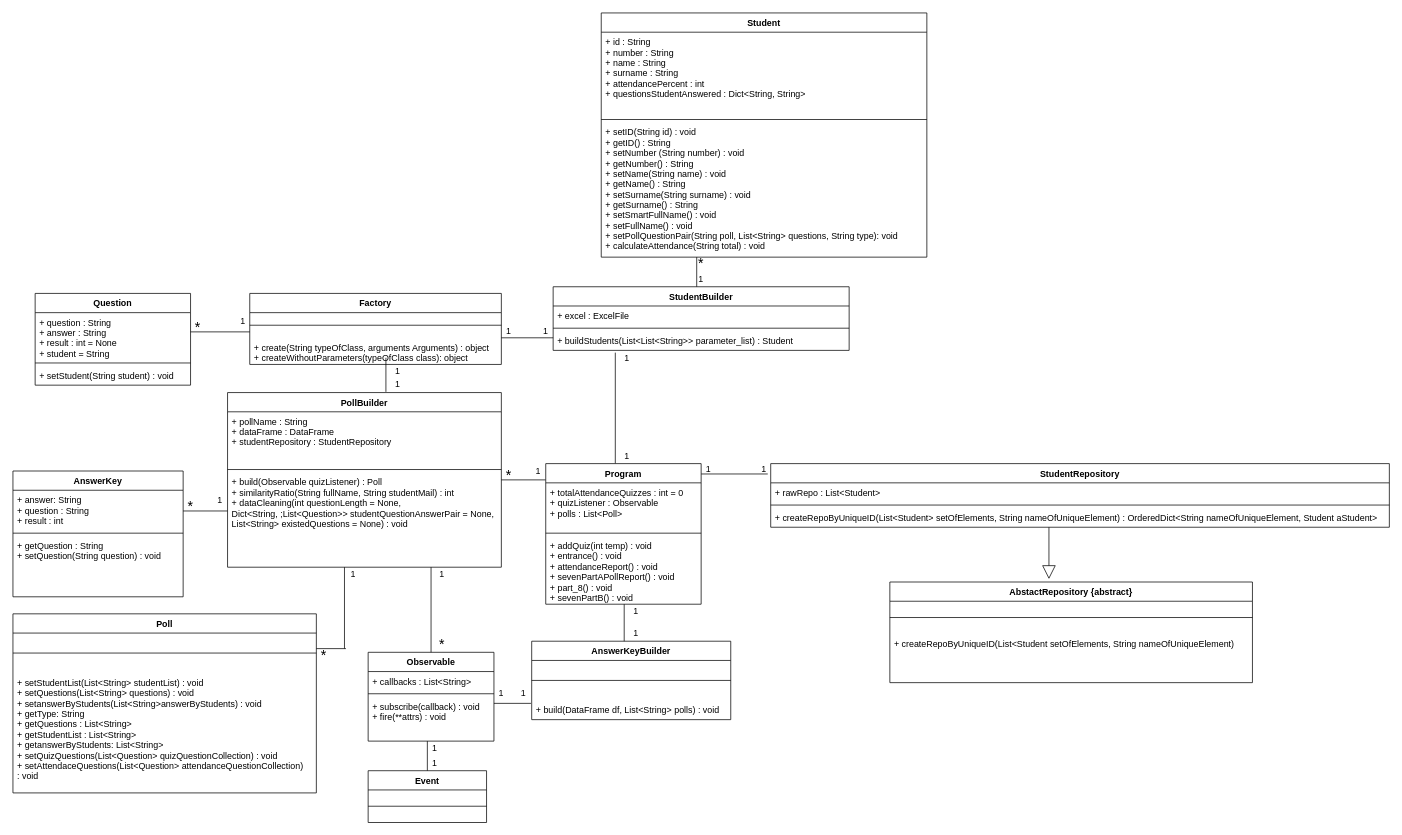
The draw.io diagram PythonProject/iteration1/DCD.drawio in alperdokay/CSE3063F20P1_GRP20, before the edit. Source tidied: cells renumbered, new cells numbered last; positions are measured from the earlier drawing's top-left corner, leaving out a move shared by most shapes. Both pictures are drawn from the tidied source at 74%, with x=0, y=0 at pixel (13, 13).
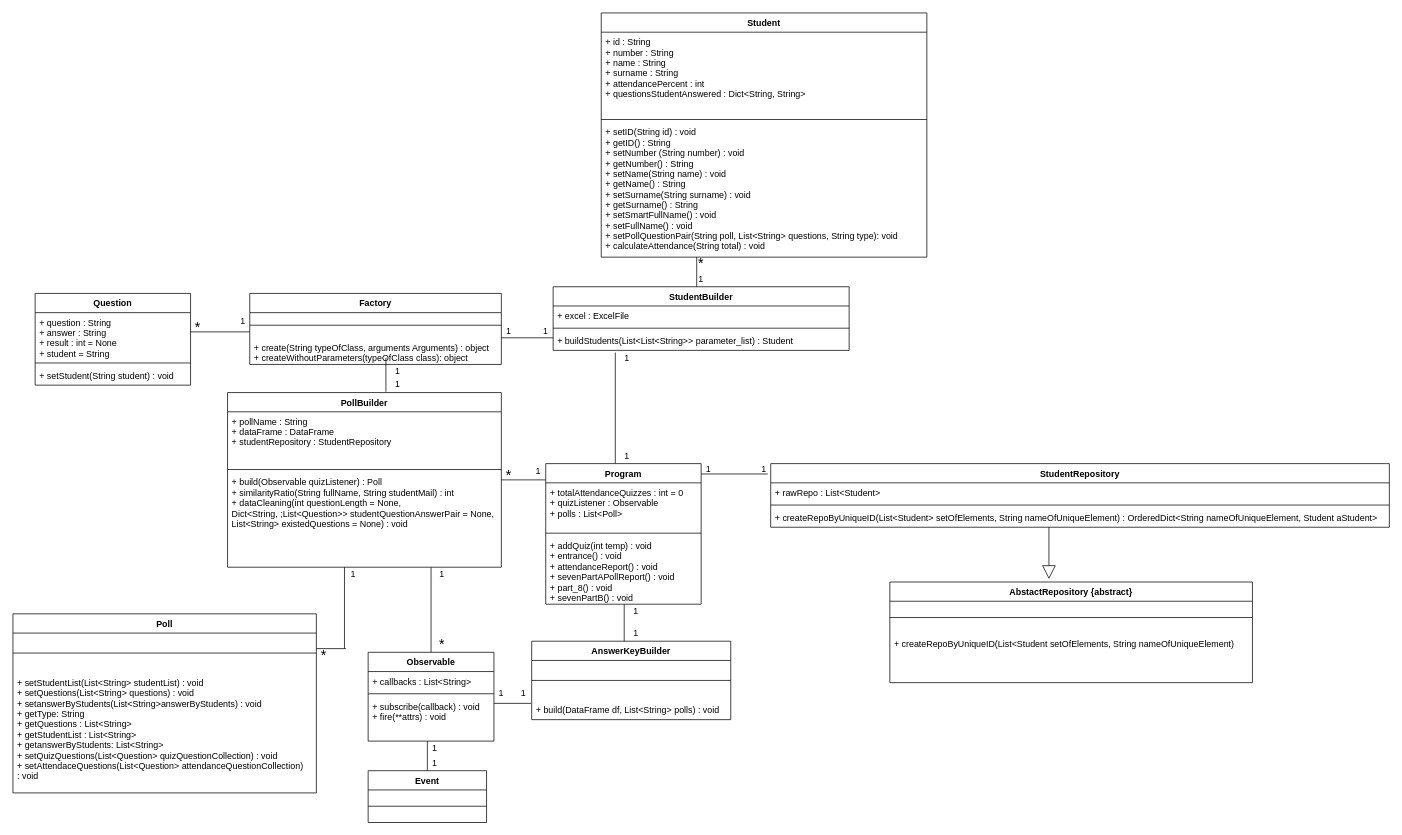
The same page after the edit.

The edit, as a diff of the source:
```diff
@@
-    <mxCell id="34" style="line;strokeWidth=1;fillColor=none;align=left;verticalAlign=middle;spacingTop=-1;spacingLeft=3;spacingRight=3;labelPosition=right;" parent="1" vertex="1">
-      <mxGeometry x="230" y="669" width="60" height="8" as="geometry" />
-    </mxCell>
@@
-    <mxCell id="37" value="AnswerKey" style="swimlane;fontStyle=1;align=center;verticalAlign=top;horizontal=1;startSize=26;" parent="1" vertex="1">
-      <mxGeometry y="619" width="230" height="170" as="geometry" />
-    </mxCell>
-    <mxCell id="38" value="+ answer: String&#10;+ question : String&#10;+ result : int" style="text;strokeColor=none;fillColor=none;align=left;verticalAlign=top;spacingLeft=4;spacingRight=4;overflow=hidden;" parent="37" vertex="1">
-      <mxGeometry y="26" width="230" height="54" as="geometry" />
-    </mxCell>
-    <mxCell id="39" style="line;strokeWidth=1;fillColor=none;align=left;verticalAlign=middle;spacingTop=-1;spacingLeft=3;spacingRight=3;labelPosition=right;" parent="37" vertex="1">
-      <mxGeometry y="80" width="230" height="8" as="geometry" />
-    </mxCell>
-    <mxCell id="40" value="+ getQuestion : String&#10;+ setQuestion(String question) : void&#10;" style="text;strokeColor=none;fillColor=none;align=left;verticalAlign=top;spacingLeft=4;spacingRight=4;overflow=hidden;" parent="37" vertex="1">
-      <mxGeometry y="88" width="230" height="82" as="geometry" />
-    </mxCell>
@@
-    <mxCell id="55" value="1" style="text;html=1;strokeColor=none;fillColor=none;align=center;verticalAlign=middle;whiteSpace=wrap;rounded=0;" parent="1" vertex="1">
-      <mxGeometry x="260" y="649" width="40" height="20" as="geometry" />
-    </mxCell>
-    <mxCell id="56" value="&lt;font style=&quot;font-size: 19px&quot;&gt;*&lt;/font&gt;" style="text;html=1;strokeColor=none;fillColor=none;align=center;verticalAlign=middle;whiteSpace=wrap;rounded=0;" parent="1" vertex="1">
-      <mxGeometry x="220" y="657" width="40" height="20" as="geometry" />
-    </mxCell>
```
